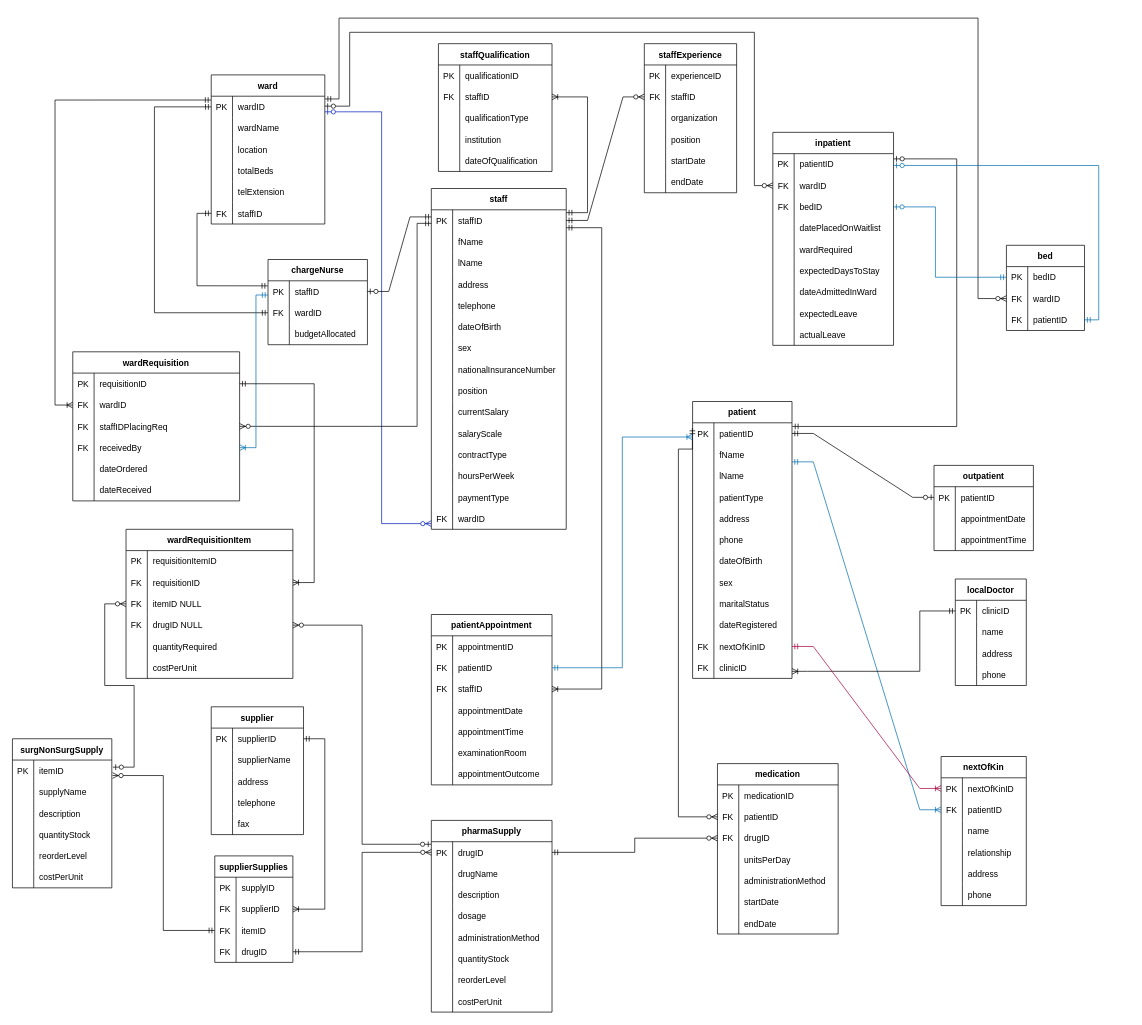
Above: page "ERD" (3 of 4) of meadows.drawio in reynchick/meadows (draw.io), before the change. Source tidied: cells renumbered, new cells numbered last; positions are measured from the earlier drawing's top-left corner, leaving out a move shared by most shapes. Both pictures are drawn from the tidied source at 71%, with x=0, y=0 at pixel (-13, 18).
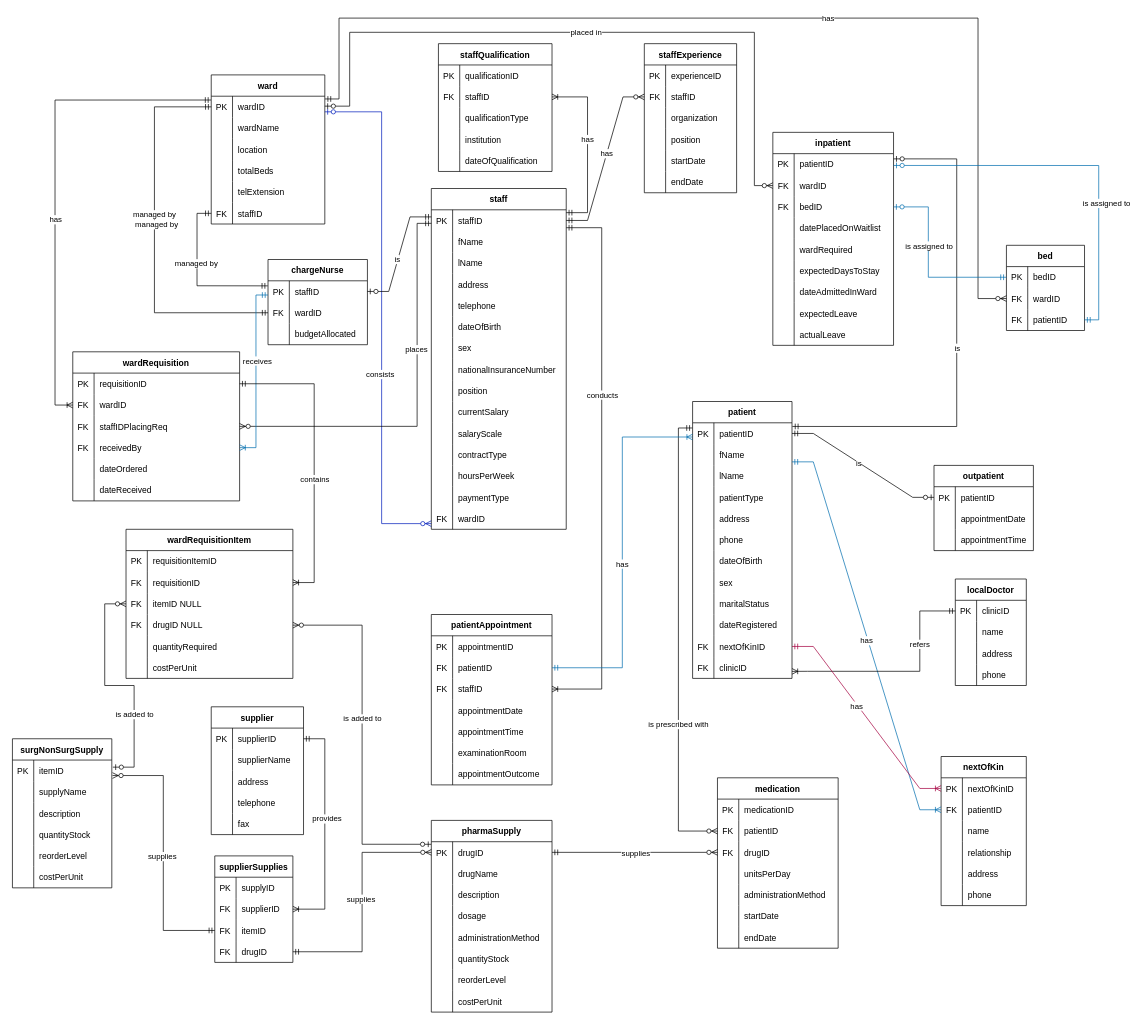
After the change.

The change refers to these unchanged cells:
```xml
<mxCell id="113" style="shape=tableRow;horizontal=0;startSize=0;swimlaneHead=0;swimlaneBody=0;fillColor=none;points=[[0,0.5],[1,0.5]];portConstraint=eastwest;strokeColor=inherit;top=0;left=0;right=0;bottom=0;" parent="112" vertex="1">
<mxCell id="210" style="shape=tableRow;horizontal=0;startSize=0;swimlaneHead=0;swimlaneBody=0;fillColor=none;points=[[0,0.5],[1,0.5]];portConstraint=eastwest;strokeColor=inherit;top=0;left=0;right=0;bottom=0;" parent="203" vertex="1">
<mxCell id="232" style="shape=tableRow;horizontal=0;startSize=0;swimlaneHead=0;swimlaneBody=0;fillColor=none;points=[[0,0.5],[1,0.5]];portConstraint=eastwest;strokeColor=inherit;top=0;left=0;right=0;bottom=0;" parent="231" vertex="1">
<mxCell id="245" style="shape=tableRow;horizontal=0;startSize=0;swimlaneHead=0;swimlaneBody=0;fillColor=none;points=[[0,0.5],[1,0.5]];portConstraint=eastwest;strokeColor=inherit;top=0;left=0;right=0;bottom=0;" parent="241" vertex="1">
<mxCell id="302" style="edgeStyle=orthogonalEdgeStyle;fontSize=12;html=1;endArrow=ERzeroToMany;startArrow=ERzeroToOne;rounded=0;entryX=0;entryY=0.5;entryDx=0;entryDy=0;fillColor=#0050ef;strokeColor=light-dark(#001DBC, #3da8dd);" parent="1" edge="1">
<mxCell id="303" style="edgeStyle=entityRelationEdgeStyle;fontSize=12;html=1;endArrow=ERzeroToOne;startArrow=ERmandOne;rounded=0;exitX=0;exitY=0.333;exitDx=0;exitDy=0;exitPerimeter=0;" parent="1" edge="1" source="22" target="103">
<mxCell id="305" style="shape=tableRow;horizontal=0;startSize=0;swimlaneHead=0;swimlaneBody=0;fillColor=none;points=[[0,0.5],[1,0.5]];portConstraint=eastwest;strokeColor=inherit;top=0;left=0;right=0;bottom=0;" parent="304" vertex="1">
<mxCell id="323" style="edgeStyle=entityRelationEdgeStyle;fontSize=12;html=1;endArrow=ERoneToMany;startArrow=ERmandOne;rounded=0;entryX=1;entryY=0.5;entryDx=0;entryDy=0;" parent="1" edge="1" target="71">
<mxCell id="349" style="edgeStyle=entityRelationEdgeStyle;fontSize=12;html=1;endArrow=ERzeroToMany;startArrow=ERmandOne;rounded=0;exitX=1;exitY=0.5;exitDx=0;exitDy=0;" parent="1" edge="1" source="22" target="87">
<mxCell id="376" style="shape=tableRow;horizontal=0;startSize=0;swimlaneHead=0;swimlaneBody=0;fillColor=none;points=[[0,0.5],[1,0.5]];portConstraint=eastwest;strokeColor=inherit;top=0;left=0;right=0;bottom=0;" parent="369" vertex="1">
<mxCell id="388" style="edgeStyle=orthogonalEdgeStyle;fontSize=12;html=1;endArrow=ERoneToMany;startArrow=ERmandOne;rounded=0;exitX=1;exitY=0.84;exitDx=0;exitDy=0;exitPerimeter=0;entryX=1;entryY=0.5;entryDx=0;entryDy=0;" parent="1" edge="1" source="22" target="188">
<mxCell id="389" style="edgeStyle=orthogonalEdgeStyle;fontSize=12;html=1;endArrow=ERzeroToMany;startArrow=ERmandOne;rounded=0;exitX=0;exitY=0.635;exitDx=0;exitDy=0;exitPerimeter=0;elbow=vertical;entryX=1;entryY=0.5;entryDx=0;entryDy=0;" parent="1" edge="1" source="22" target="357">
<mxCell id="390" style="edgeStyle=entityRelationEdgeStyle;fontSize=12;html=1;endArrow=ERoneToMany;startArrow=ERmandOne;rounded=0;" parent="1" edge="1" source="264" target="283">
<mxCell id="391" style="edgeStyle=orthogonalEdgeStyle;fontSize=12;html=1;endArrow=ERmandOne;startArrow=ERmandOne;rounded=0;exitX=0;exitY=0.5;exitDx=0;exitDy=0;entryX=0;entryY=0.5;entryDx=0;entryDy=0;" parent="1" edge="1" source="3" target="106">
<mxCell id="392" style="edgeStyle=orthogonalEdgeStyle;fontSize=12;html=1;endArrow=ERzeroToMany;startArrow=ERmandOne;rounded=0;entryX=1.007;entryY=0.727;entryDx=0;entryDy=0;entryPerimeter=0;" parent="1" edge="1" source="286" target="305">
<mxCell id="393" style="edgeStyle=orthogonalEdgeStyle;fontSize=12;html=1;endArrow=ERoneToMany;startArrow=ERmandOne;rounded=0;entryX=0;entryY=0.5;entryDx=0;entryDy=0;exitX=-0.002;exitY=0.179;exitDx=0;exitDy=0;exitPerimeter=0;" parent="1" edge="1" source="3" target="354">
<mxCell id="394" style="edgeStyle=orthogonalEdgeStyle;fontSize=12;html=1;endArrow=ERzeroToMany;startArrow=ERmandOne;rounded=0;" parent="1" edge="1" source="289" target="325">
<mxCell id="395" style="edgeStyle=orthogonalEdgeStyle;fontSize=12;html=1;endArrow=ERzeroToMany;startArrow=ERzeroToOne;rounded=0;entryX=0;entryY=0.5;entryDx=0;entryDy=0;exitX=1;exitY=0.467;exitDx=0;exitDy=0;exitPerimeter=0;" parent="1" edge="1" source="3" target="207">
<mxCell id="396" style="edgeStyle=orthogonalEdgeStyle;fontSize=12;html=1;endArrow=ERzeroToMany;startArrow=ERmandOne;rounded=0;exitX=1.002;exitY=0.129;exitDx=0;exitDy=0;exitPerimeter=0;entryX=0;entryY=0.5;entryDx=0;entryDy=0;" parent="1" edge="1" source="3" target="235">
<mxCell id="397" style="edgeStyle=orthogonalEdgeStyle;fontSize=12;html=1;endArrow=ERoneToMany;startArrow=ERmandOne;rounded=0;entryX=1;entryY=0.5;entryDx=0;entryDy=0;fillColor=#1ba1e2;strokeColor=#006EAF;exitX=0;exitY=0.667;exitDx=0;exitDy=0;exitPerimeter=0;" parent="1" edge="1" source="103" target="360">
<mxCell id="398" style="edgeStyle=orthogonalEdgeStyle;fontSize=12;html=1;endArrow=ERmandOne;startArrow=ERmandOne;rounded=0;entryX=0;entryY=0.5;entryDx=0;entryDy=0;exitX=-0.003;exitY=0.237;exitDx=0;exitDy=0;exitPerimeter=0;" parent="1" edge="1" source="103" target="18">
<mxCell id="399" style="edgeStyle=entityRelationEdgeStyle;fontSize=12;html=1;endArrow=ERoneToMany;startArrow=ERmandOne;rounded=0;" parent="1" edge="1" source="351" target="373">
<mxCell id="401" style="edgeStyle=orthogonalEdgeStyle;fontSize=12;html=1;endArrow=ERzeroToMany;startArrow=ERzeroToOne;rounded=0;entryX=1;entryY=0.5;entryDx=0;entryDy=0;exitX=-0.002;exitY=0.121;exitDx=0;exitDy=0;exitPerimeter=0;" parent="1" edge="1" source="325" target="379">
<mxCell id="402" style="edgeStyle=orthogonalEdgeStyle;fontSize=12;html=1;endArrow=ERzeroToMany;startArrow=ERmandOne;rounded=0;entryX=0;entryY=0.5;entryDx=0;entryDy=0;" parent="1" edge="1" source="325" target="248">
<mxCell id="404" style="edgeStyle=entityRelationEdgeStyle;fontSize=12;html=1;endArrow=ERoneToMany;startArrow=ERmandOne;rounded=0;entryX=0;entryY=0.5;entryDx=0;entryDy=0;fillColor=#1ba1e2;strokeColor=#006EAF;" parent="1" edge="1" target="153">
<mxCell id="405" style="edgeStyle=orthogonalEdgeStyle;fontSize=12;html=1;endArrow=ERoneToMany;startArrow=ERmandOne;rounded=0;exitX=0;exitY=0.5;exitDx=0;exitDy=0;entryX=1;entryY=0.67;entryDx=0;entryDy=0;entryPerimeter=0;" parent="1" edge="1" source="169" target="146">
<mxCell id="406" style="edgeStyle=entityRelationEdgeStyle;fontSize=12;html=1;endArrow=ERzeroToOne;startArrow=ERmandOne;rounded=0;entryX=0;entryY=0.5;entryDx=0;entryDy=0;exitX=1;exitY=0.5;exitDx=0;exitDy=0;" parent="1" edge="1" source="113" target="293">
<mxCell id="407" style="edgeStyle=orthogonalEdgeStyle;fontSize=12;html=1;endArrow=ERzeroToOne;startArrow=ERmandOne;rounded=0;entryX=1.001;entryY=0.245;entryDx=0;entryDy=0;exitX=1.004;exitY=0.172;exitDx=0;exitDy=0;exitPerimeter=0;entryPerimeter=0;" parent="1" edge="1" source="113" target="204">
<mxCell id="408" style="edgeStyle=orthogonalEdgeStyle;fontSize=12;html=1;endArrow=ERoneToMany;startArrow=ERmandOne;rounded=0;exitX=1;exitY=0.5;exitDx=0;exitDy=0;entryX=0;entryY=0.667;entryDx=0;entryDy=0;entryPerimeter=0;fillColor=#1ba1e2;strokeColor=#006EAF;" parent="1" edge="1" source="185" target="113">
<mxCell id="409" style="edgeStyle=entityRelationEdgeStyle;fontSize=12;html=1;endArrow=ERoneToMany;startArrow=ERmandOne;rounded=0;entryX=0;entryY=0.5;entryDx=0;entryDy=0;fillColor=#d80073;strokeColor=light-dark(#A50040,#B5739D);exitX=1;exitY=0.5;exitDx=0;exitDy=0;" parent="1" edge="1" source="143" target="150">
```

Diff of the diagram source:
```diff
@@
     <mxCell id="241" value="medication" style="shape=table;startSize=30;childLayout=tableLayout;rowLines=0;fontStyle=1;align=center;" parent="1" vertex="1">
-      <mxGeometry x="1028" y="1050" width="170" height="240" as="geometry" />
+      <mxGeometry x="1028" y="1070" width="170" height="240" as="geometry" />
     </mxCell>
@@
+    <mxCell id="412" value="consists" style="edgeLabel;html=1;align=center;verticalAlign=middle;" parent="302" vertex="1">
+      <mxGeometry x="0.23" y="-3" relative="1" as="geometry" />
+    </mxCell>
@@
+    <mxCell id="413" value="is" style="edgeLabel;html=1;align=center;verticalAlign=middle;" parent="303" vertex="1">
+      <mxGeometry x="0.1" y="-3" relative="1" as="geometry">
+        <mxPoint x="2" as="offset" />
+      </mxGeometry>
+    </mxCell>
@@
+    <mxCell id="414" value="has" style="edgeLabel;html=1;align=center;verticalAlign=middle;" parent="323" vertex="1">
+      <mxGeometry x="0.1" y="1" relative="1" as="geometry" />
+    </mxCell>
@@
+    <mxCell id="415" value="has" style="edgeLabel;html=1;align=center;verticalAlign=middle;" parent="349" vertex="1">
+      <mxGeometry x="0.07" y="1" relative="1" as="geometry">
+        <mxPoint y="1" as="offset" />
+      </mxGeometry>
+    </mxCell>
@@
+    <mxCell id="416" value="conducts" style="edgeLabel;html=1;align=center;verticalAlign=middle;" parent="388" vertex="1">
+      <mxGeometry x="-0.26" relative="1" as="geometry" />
+    </mxCell>
@@
+    <mxCell id="417" value="places" style="edgeLabel;html=1;align=center;verticalAlign=middle;" parent="389" vertex="1">
+      <mxGeometry x="-0.29" y="-2" relative="1" as="geometry" />
+    </mxCell>
@@
+    <mxCell id="418" value="provides" style="edgeLabel;html=1;align=center;verticalAlign=middle;" parent="390" vertex="1">
+      <mxGeometry x="-0.1" y="2" relative="1" as="geometry" />
+    </mxCell>
@@
+    <mxCell id="419" value="managed by" style="edgeLabel;html=1;align=center;verticalAlign=middle;" parent="391" vertex="1">
+      <mxGeometry x="-0.13" y="-1" relative="1" as="geometry" />
+    </mxCell>
@@
+    <mxCell id="420" value="supplies" style="edgeLabel;html=1;align=center;verticalAlign=middle;" parent="392" vertex="1">
+      <mxGeometry x="-0.02" y="2" relative="1" as="geometry" />
+    </mxCell>
@@
+    <mxCell id="421" value="has" style="edgeLabel;html=1;align=center;verticalAlign=middle;" parent="393" vertex="1">
+      <mxGeometry x="0.15" relative="1" as="geometry" />
+    </mxCell>
@@
+    <mxCell id="422" value="supplies" style="edgeLabel;html=1;align=center;verticalAlign=middle;" parent="394" vertex="1">
+      <mxGeometry x="-0.01" y="6" relative="1" as="geometry">
+        <mxPoint x="4" y="-6" as="offset" />
+      </mxGeometry>
+    </mxCell>
@@
+    <mxCell id="423" value="placed in" style="edgeLabel;html=1;align=center;verticalAlign=middle;" parent="395" vertex="1">
+      <mxGeometry x="-0.01" y="4" relative="1" as="geometry">
+        <mxPoint x="1" y="3" as="offset" />
+      </mxGeometry>
+    </mxCell>
@@
+    <mxCell id="424" value="has" style="edgeLabel;html=1;align=center;verticalAlign=middle;" parent="396" vertex="1">
+      <mxGeometry x="0.12" y="2" relative="1" as="geometry">
+        <mxPoint y="1" as="offset" />
+      </mxGeometry>
+    </mxCell>
@@
+    <mxCell id="425" value="receives" style="edgeLabel;html=1;align=center;verticalAlign=middle;" parent="397" vertex="1">
+      <mxGeometry x="-0.14" y="1" relative="1" as="geometry" />
+    </mxCell>
@@
+    <mxCell id="426" value="managed by" style="edgeLabel;html=1;align=center;verticalAlign=middle;" parent="398" vertex="1">
+      <mxGeometry x="0.18" y="2" relative="1" as="geometry" />
+    </mxCell>
@@
+    <mxCell id="427" value="contains" style="edgeLabel;html=1;align=center;verticalAlign=middle;" parent="399" vertex="1">
+      <mxGeometry x="0.15" relative="1" as="geometry" />
+    </mxCell>
     <mxCell id="400" style="edgeStyle=entityRelationEdgeStyle;fontSize=12;html=1;endArrow=ERzeroToMany;startArrow=ERzeroToOne;rounded=0;entryX=0;entryY=0.5;entryDx=0;entryDy=0;exitX=1.01;exitY=0.333;exitDx=0;exitDy=0;exitPerimeter=0;" parent="1" edge="1" source="305" target="376">
       <mxGeometry relative="1" as="geometry">
         <Array as="points">
           <mxPoint x="495" y="1110" />
+          <mxPoint x="225" y="1000" />
           <mxPoint x="215" y="1000" />
+          <mxPoint x="185" y="960" />
+          <mxPoint x="115" y="880" />
           <mxPoint x="35" y="930" />
           <mxPoint x="185" y="960" />
           <mxPoint x="185" y="960" />
           <mxPoint x="185" y="960" />
           <mxPoint x="185" y="960" />
         </Array>
       </mxGeometry>
     </mxCell>
+    <mxCell id="428" value="is added to" style="edgeLabel;html=1;align=center;verticalAlign=middle;" parent="400" vertex="1">
+      <mxGeometry x="-0.37" relative="1" as="geometry" />
+    </mxCell>
@@
+    <mxCell id="429" value="is added to" style="edgeLabel;html=1;align=center;verticalAlign=middle;" parent="401" vertex="1">
+      <mxGeometry x="0.09" relative="1" as="geometry" />
+    </mxCell>
@@
+    <mxCell id="430" value="supplies" style="edgeLabel;html=1;align=center;verticalAlign=middle;strokeColor=light-dark(transparent,#80FF00);" parent="402" vertex="1">
+      <mxGeometry x="-0.42" y="-1" relative="1" as="geometry">
+        <mxPoint x="49" y="-1" as="offset" />
+      </mxGeometry>
+    </mxCell>
     <mxCell id="403" style="edgeStyle=orthogonalEdgeStyle;fontSize=12;html=1;endArrow=ERzeroToMany;startArrow=ERmandOne;rounded=0;exitX=-0.002;exitY=0.243;exitDx=0;exitDy=0;exitPerimeter=0;entryX=0;entryY=0.5;entryDx=0;entryDy=0;" parent="1" edge="1" source="113" target="245">
       <mxGeometry relative="1" as="geometry">
         <Array as="points">
-          <mxPoint x="993" y="607" />
-          <mxPoint x="973" y="607" />
-          <mxPoint x="973" y="1125" />
+          <mxPoint x="973" y="577" />
+          <mxPoint x="973" y="1145" />
         </Array>
       </mxGeometry>
     </mxCell>
+    <mxCell id="431" value="is prescribed with" style="edgeLabel;html=1;align=center;verticalAlign=middle;" parent="403" vertex="1">
+      <mxGeometry x="0.36" y="-1" relative="1" as="geometry" />
+    </mxCell>
@@
+    <mxCell id="432" value="has" style="edgeLabel;html=1;align=center;verticalAlign=middle;" parent="404" vertex="1">
+      <mxGeometry x="0.02" y="-2" relative="1" as="geometry" />
+    </mxCell>
@@
+    <mxCell id="433" value="refers" style="edgeLabel;html=1;align=center;verticalAlign=middle;" parent="405" vertex="1">
+      <mxGeometry x="-0.4" y="-4" relative="1" as="geometry">
+        <mxPoint x="3" y="1" as="offset" />
+      </mxGeometry>
+    </mxCell>
@@
+    <mxCell id="434" value="is" style="edgeLabel;html=1;align=center;verticalAlign=middle;" parent="406" vertex="1">
+      <mxGeometry x="-0.06" relative="1" as="geometry" />
+    </mxCell>
@@
+    <mxCell id="435" value="is" style="edgeLabel;html=1;align=center;verticalAlign=middle;" parent="407" vertex="1">
+      <mxGeometry x="-0.02" relative="1" as="geometry" />
+    </mxCell>
@@
+    <mxCell id="436" value="has" style="edgeLabel;html=1;align=center;verticalAlign=middle;" parent="408" vertex="1">
+      <mxGeometry x="-0.06" y="1" relative="1" as="geometry" />
+    </mxCell>
@@
+    <mxCell id="437" value="has" style="edgeLabel;html=1;align=center;verticalAlign=middle;" parent="409" vertex="1">
+      <mxGeometry x="-0.14" y="-2" relative="1" as="geometry" />
+    </mxCell>
-    <mxCell id="410" style="edgeStyle=orthogonalEdgeStyle;fontSize=12;html=1;endArrow=ERzeroToOne;startArrow=ERmandOne;rounded=0;exitX=0;exitY=0.5;exitDx=0;exitDy=0;entryX=1;entryY=0.5;entryDx=0;entryDy=0;fillColor=#1ba1e2;strokeColor=#006EAF;" parent="1" edge="1" source="232" target="210">
+    <mxCell id="410" style="edgeStyle=orthogonalEdgeStyle;fontSize=12;html=1;endArrow=ERzeroToOne;startArrow=ERmandOne;rounded=0;exitX=0;exitY=0.5;exitDx=0;exitDy=0;entryX=1;entryY=0.5;entryDx=0;entryDy=0;fillColor=#1ba1e2;strokeColor=#006EAF;fontColor=light-dark(#000000,#FF0000);" parent="1" edge="1" source="232" target="210">
       <mxGeometry relative="1" as="geometry">
         <Array as="points">
-          <mxPoint x="1335" y="365" />
-          <mxPoint x="1335" y="266" />
+          <mxPoint x="1325" y="365" />
+          <mxPoint x="1325" y="266" />
         </Array>
       </mxGeometry>
     </mxCell>
+    <mxCell id="438" value="is assigned to" style="edgeLabel;html=1;align=center;verticalAlign=middle;fillColor=light-dark(transparent,#FF0000);" parent="410" vertex="1">
+      <mxGeometry x="0.04" relative="1" as="geometry">
+        <mxPoint y="-21" as="offset" />
+      </mxGeometry>
+    </mxCell>
@@
+    <mxCell id="439" value="is assigned to" style="edgeLabel;html=1;align=center;verticalAlign=middle;fillColor=light-dark(transparent,#FF0000);" parent="1" vertex="1">
+      <mxGeometry x="1575" y="260" as="geometry" />
+    </mxCell>
+    <mxCell id="440" value="managed by" style="edgeLabel;html=1;align=center;verticalAlign=middle;" parent="1" vertex="1">
+      <mxGeometry x="237.5" y="290" as="geometry" />
+    </mxCell>
```
